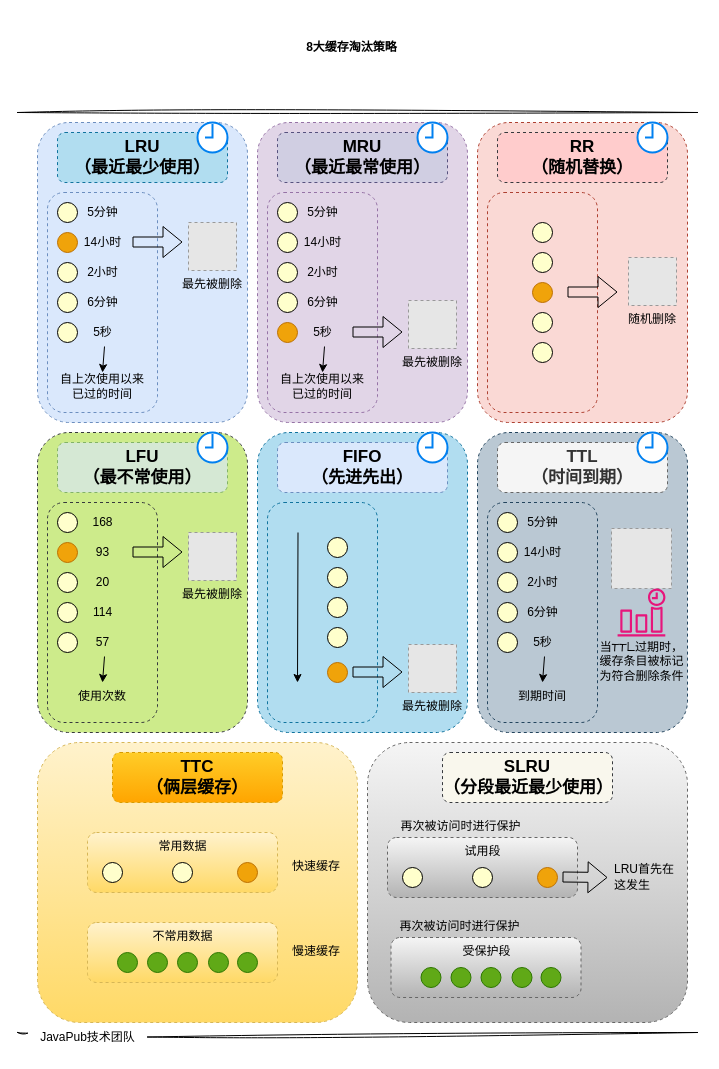
Above: image-text/8大缓存淘汰策略.drawio in Rodert/javapub_oss (draw.io), before the change. Source tidied: cells renumbered, new cells numbered last; positions are measured from the earlier drawing's top-left corner, leaving out a move shared by most shapes. Both pictures are drawn from the tidied source at 100%, with x=0, y=0 at pixel (17, 32). Pictures stored in the file or linked from it are replaced by grey dashed boxes.
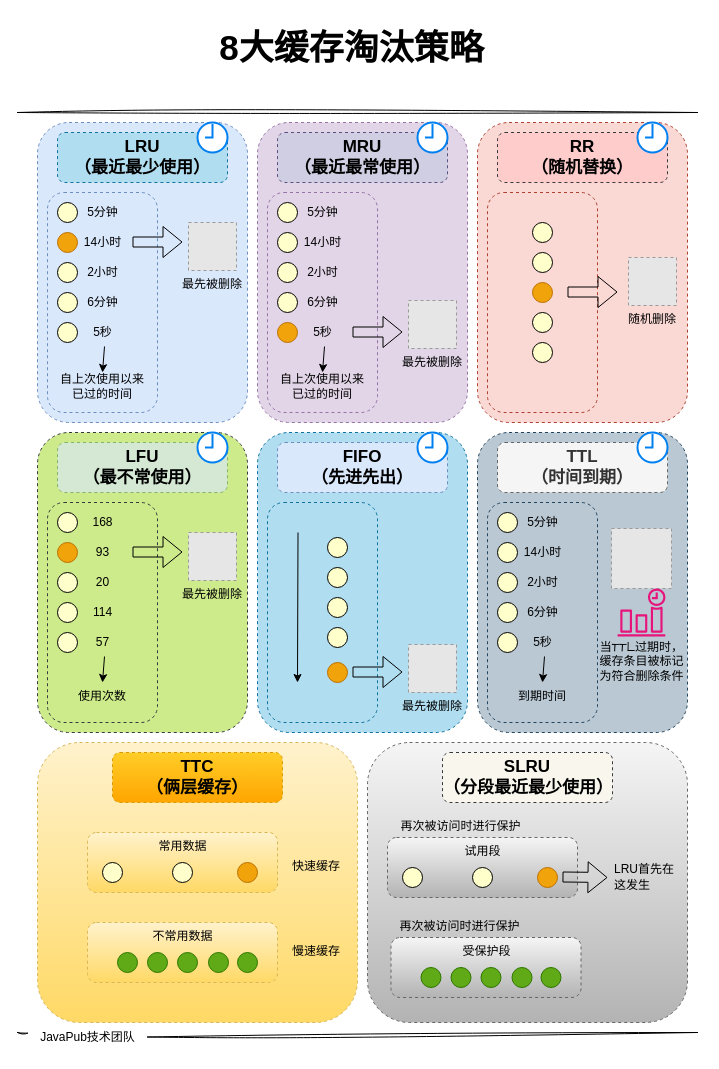
Above is the later version.

Commit message (it also covers changes not shown here):
更新8大缓存淘汰策略.drawio

Change to the diagram source:
```diff
@@
-    <mxCell id="4" value="&lt;font face=&quot;Helvetica&quot;&gt;&lt;b&gt;8大缓存淘汰策略&lt;/b&gt;&lt;/font&gt;" style="text;html=1;align=center;verticalAlign=middle;strokeColor=none;fillColor=none;fontFamily=Architects Daughter;" parent="1" vertex="1">
-      <mxGeometry x="279" width="110" height="30" as="geometry" />
+    <mxCell id="4" value="&lt;font style=&quot;font-size: 35px;&quot; face=&quot;Helvetica&quot;&gt;&lt;b&gt;8大缓存淘汰策略&lt;/b&gt;&lt;/font&gt;" style="text;html=1;align=center;verticalAlign=middle;strokeColor=none;fillColor=none;fontFamily=Architects Daughter;" parent="1" vertex="1">
+      <mxGeometry x="189" y="-15" width="290" height="60" as="geometry" />
     </mxCell>
```
